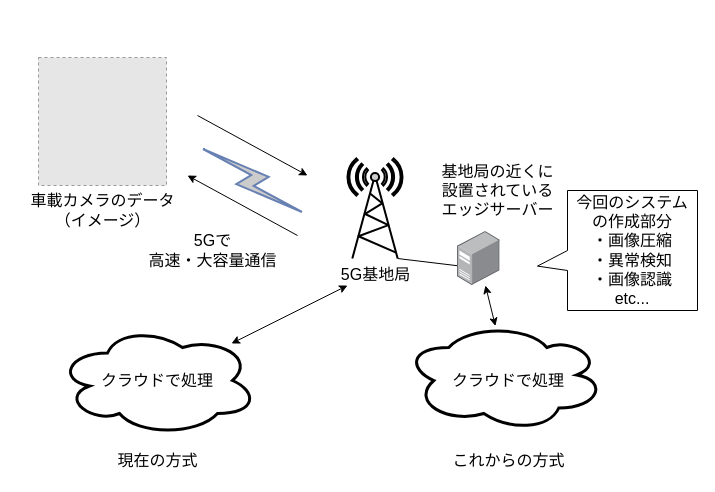
This is reference/final_report/figure_make/Intr_1.drawio from tanusai646/LSI_Design_Contest_2025, a draw.io file, before an edit. Source tidied: cells renumbered, new cells numbered last; positions are measured from the earlier drawing's top-left corner, leaving out a move shared by most shapes. Both pictures are drawn from the tidied source at 100%, with x=0, y=0 at pixel (17, 35). Pictures stored in the file or linked from it are replaced by grey dashed boxes.
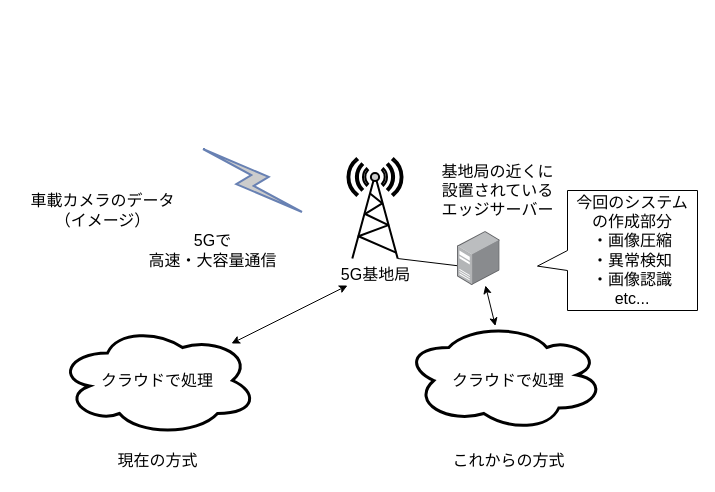
The same diagram, later.

Change to the diagram source:
```diff
@@
-    <mxCell id="4" style="edgeStyle=none;html=1;fontSize=16;" parent="1" edge="1">
-      <mxGeometry relative="1" as="geometry">
-        <mxPoint x="180" y="80" as="sourcePoint" />
-        <mxPoint x="290" y="140" as="targetPoint" />
-      </mxGeometry>
-    </mxCell>
-    <mxCell id="5" style="fillColor=#E6E6E6;strokeColor=#999999;dashed=1;verticalLabelPosition=bottom;labelBackgroundColor=default;verticalAlign=top;" parent="1" vertex="1">
-      <mxGeometry x="21" y="22" width="128" height="128" as="geometry" />
-    </mxCell>
@@
-    <mxCell id="7" style="edgeStyle=none;html=1;fontSize=16;" parent="1" edge="1">
-      <mxGeometry relative="1" as="geometry">
-        <mxPoint x="280" y="200" as="sourcePoint" />
-        <mxPoint x="170" y="140" as="targetPoint" />
-      </mxGeometry>
-    </mxCell>
```
